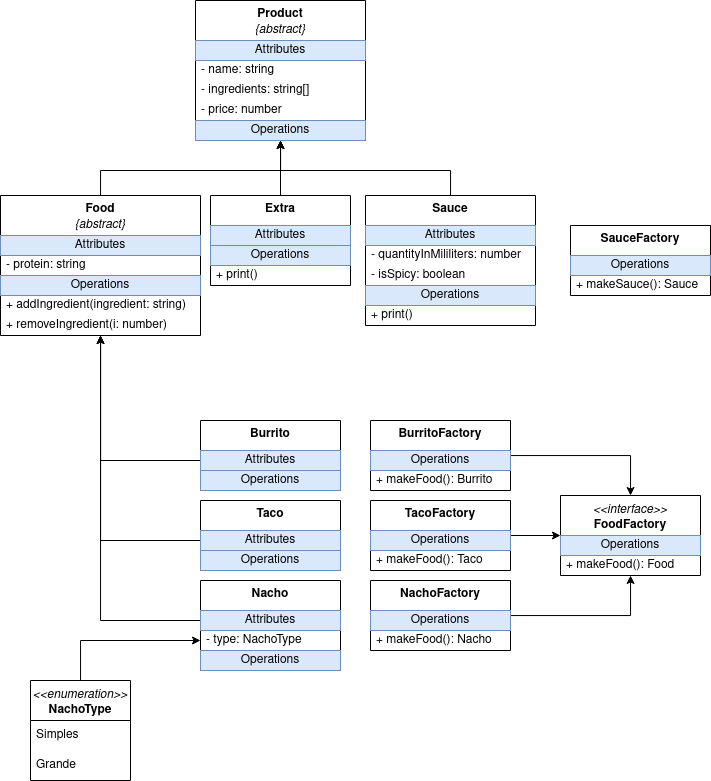
This is docs/Factory-pattern/factory-pattern.drawio.png from doramrx/ElMariachi, a draw.io export, as it was before one commit. Source tidied: cells renumbered, new cells last; positions are measured from the earlier drawing's top-left corner, leaving out a move shared by most shapes.
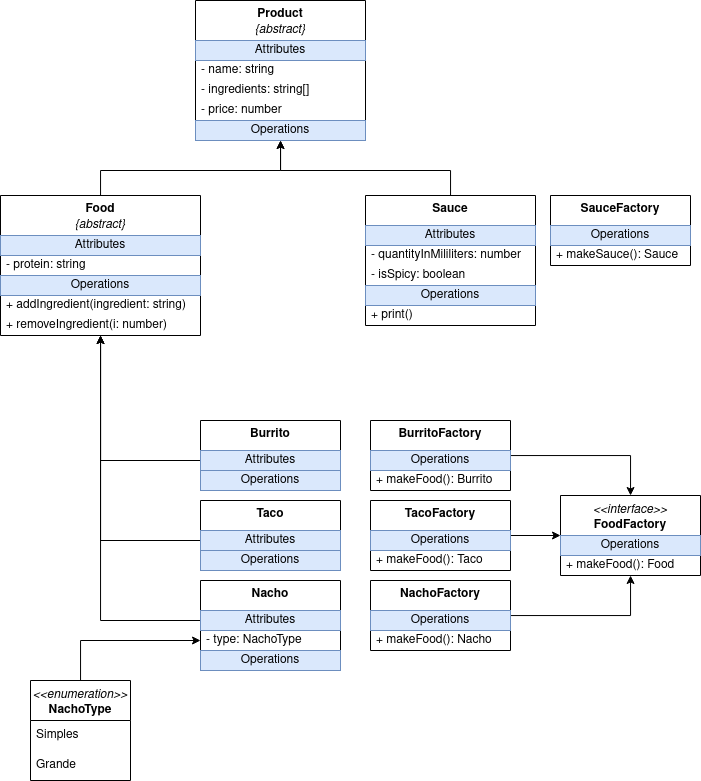
Above is the later version.

Commit message:
delete extra class and change patterns diagrams

Diff of the diagram source:
```diff
@@ -28,21 +28,6 @@
     <mxCell id="8" value="+ removeIngredient(i: number)" style="text;html=1;strokeColor=none;fillColor=none;align=left;verticalAlign=middle;spacingLeft=4;spacingRight=4;overflow=hidden;whiteSpace=wrap;" parent="3" vertex="1">
       <mxGeometry y="120" width="200" height="20" as="geometry" />
     </mxCell>
-    <mxCell id="9" style="edgeStyle=orthogonalEdgeStyle;rounded=0;jettySize=auto;html=1;" parent="1" edge="1" source="10" target="56">
-      <mxGeometry relative="1" as="geometry" />
-    </mxCell>
-    <mxCell id="10" value="&lt;b&gt;Extra&lt;/b&gt;" style="swimlane;fontStyle=0;align=center;verticalAlign=top;horizontal=1;startSize=30;html=1;whiteSpace=wrap;" parent="1" vertex="1">
-      <mxGeometry x="210" y="195" width="140" height="90" as="geometry" />
-    </mxCell>
-    <mxCell id="11" value="Attributes" style="text;html=1;strokeColor=#6c8ebf;fillColor=#dae8fc;align=center;verticalAlign=middle;spacingLeft=4;spacingRight=4;overflow=hidden;whiteSpace=wrap;" parent="10" vertex="1">
-      <mxGeometry y="30" width="140" height="20" as="geometry" />
-    </mxCell>
-    <mxCell id="12" value="Operations" style="text;html=1;strokeColor=#6c8ebf;fillColor=#dae8fc;align=center;verticalAlign=middle;spacingLeft=4;spacingRight=4;overflow=hidden;whiteSpace=wrap;" parent="10" vertex="1">
-      <mxGeometry y="50" width="140" height="20" as="geometry" />
-    </mxCell>
-    <mxCell id="13" value="+ print()" style="text;html=1;strokeColor=none;fillColor=none;align=left;verticalAlign=middle;spacingLeft=4;spacingRight=4;overflow=hidden;whiteSpace=wrap;" parent="10" vertex="1">
-      <mxGeometry y="70" width="140" height="20" as="geometry" />
-    </mxCell>
     <mxCell id="14" value="&lt;div&gt;&lt;i&gt;&amp;lt;&amp;lt;interface&amp;gt;&amp;gt;&lt;b&gt;&lt;br&gt;&lt;/b&gt;&lt;/i&gt;&lt;/div&gt;&lt;div&gt;&lt;b&gt;FoodFactory&lt;/b&gt;&lt;/div&gt;" style="swimlane;fontStyle=0;align=center;verticalAlign=top;horizontal=1;startSize=40;html=1;whiteSpace=wrap;" parent="1" vertex="1">
       <mxGeometry x="560" y="495" width="140" height="80" as="geometry" />
     </mxCell>
@@ -178,7 +163,7 @@
       <mxGeometry y="50" width="140" height="20" as="geometry" />
     </mxCell>
     <mxCell id="53" value="&lt;div&gt;&lt;b&gt;SauceFactory&lt;/b&gt;&lt;/div&gt;" style="swimlane;fontStyle=0;align=center;verticalAlign=top;horizontal=1;startSize=30;html=1;whiteSpace=wrap;" parent="1" vertex="1">
-      <mxGeometry x="570" y="225" width="140" height="70" as="geometry" />
+      <mxGeometry x="550" y="195" width="140" height="70" as="geometry" />
     </mxCell>
     <mxCell id="54" value="Operations" style="text;html=1;strokeColor=#6c8ebf;fillColor=#dae8fc;align=center;verticalAlign=middle;spacingLeft=4;spacingRight=4;overflow=hidden;whiteSpace=wrap;" parent="53" vertex="1">
       <mxGeometry y="30" width="140" height="20" as="geometry" />
```
